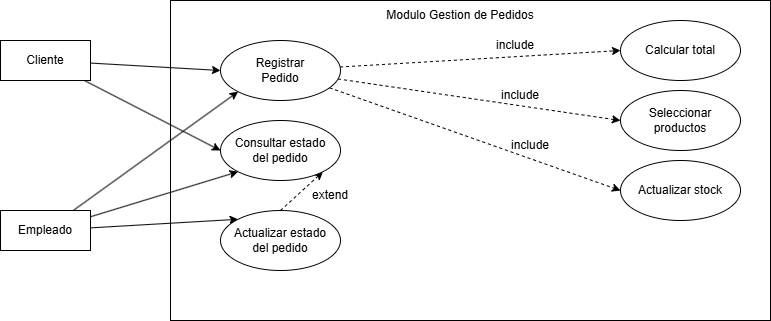
The draw.io diagram png/Diagrama de caso de uso.drawio.png in MColomba/Analisis-de-Sistemas, before a commit. Source tidied: cells renumbered, new cells last; positions are measured from the earlier drawing's top-left corner, leaving out a move shared by most shapes. Source of this version:
```xml
<mxGraphModel>
  <root>
    <mxCell id="0" />
    <mxCell id="1" parent="0" />
    <mxCell id="2" style="rounded=0;whiteSpace=wrap;html=1;" parent="1" vertex="1">
      <mxGeometry x="170" width="600" height="320" as="geometry" />
    </mxCell>
    <mxCell id="3" style="rounded=0;jettySize=auto;html=1;entryX=0;entryY=0.5;entryDx=0;entryDy=0;strokeColor=light-dark(#000000,#FFD966);" parent="1" edge="1" source="5" target="13">
      <mxGeometry relative="1" as="geometry" />
    </mxCell>
    <mxCell id="4" style="rounded=0;jettySize=auto;html=1;entryX=0;entryY=0.5;entryDx=0;entryDy=0;strokeColor=light-dark(#000000,#FFD966);" parent="1" edge="1" source="5" target="19">
      <mxGeometry relative="1" as="geometry" />
    </mxCell>
    <mxCell id="5" value="Cliente" style="rounded=0;whiteSpace=wrap;html=1;" parent="1" vertex="1">
      <mxGeometry y="40" width="90" height="40" as="geometry" />
    </mxCell>
    <mxCell id="6" style="rounded=0;jettySize=auto;html=1;entryX=0;entryY=0;entryDx=0;entryDy=0;strokeColor=light-dark(#000000,#A680B8);" parent="1" edge="1" source="9" target="15">
      <mxGeometry relative="1" as="geometry" />
    </mxCell>
    <mxCell id="7" style="rounded=0;jettySize=auto;html=1;entryX=0;entryY=1;entryDx=0;entryDy=0;strokeColor=light-dark(#000000,#A680B8);" parent="1" edge="1" source="9" target="19">
      <mxGeometry relative="1" as="geometry" />
    </mxCell>
    <mxCell id="8" style="rounded=0;jettySize=auto;html=1;entryX=0;entryY=1;entryDx=0;entryDy=0;strokeColor=light-dark(#000000,#A680B8);" parent="1" edge="1" source="9" target="13">
      <mxGeometry relative="1" as="geometry" />
    </mxCell>
    <mxCell id="9" value="Empleado" style="rounded=0;whiteSpace=wrap;html=1;" parent="1" vertex="1">
      <mxGeometry y="210" width="90" height="40" as="geometry" />
    </mxCell>
    <mxCell id="10" style="rounded=0;jettySize=auto;html=1;entryX=0;entryY=0.5;entryDx=0;entryDy=0;dashed=1;" parent="1" edge="1" source="13" target="16">
      <mxGeometry relative="1" as="geometry" />
    </mxCell>
    <mxCell id="11" style="rounded=0;jettySize=auto;html=1;entryX=0;entryY=0.5;entryDx=0;entryDy=0;dashed=1;" parent="1" edge="1" source="13" target="17">
      <mxGeometry relative="1" as="geometry" />
    </mxCell>
    <mxCell id="12" style="rounded=0;jettySize=auto;html=1;entryX=0;entryY=0.5;entryDx=0;entryDy=0;dashed=1;" parent="1" edge="1" source="13" target="18">
      <mxGeometry relative="1" as="geometry" />
    </mxCell>
    <mxCell id="13" value="Registrar&lt;div&gt;Pedido&lt;/div&gt;" style="ellipse;whiteSpace=wrap;html=1;" parent="1" vertex="1">
      <mxGeometry x="220" y="40" width="120" height="60" as="geometry" />
    </mxCell>
    <mxCell id="14" style="rounded=0;jettySize=auto;html=1;exitX=0.5;exitY=0;exitDx=0;exitDy=0;entryX=1;entryY=1;entryDx=0;entryDy=0;dashed=1;" parent="1" edge="1" source="15" target="19">
      <mxGeometry relative="1" as="geometry" />
    </mxCell>
    <mxCell id="15" value="Actualizar estado&lt;div&gt;del pedido&lt;/div&gt;" style="ellipse;whiteSpace=wrap;html=1;" parent="1" vertex="1">
      <mxGeometry x="220" y="210" width="120" height="60" as="geometry" />
    </mxCell>
    <mxCell id="16" value="Calcular total" style="ellipse;whiteSpace=wrap;html=1;" parent="1" vertex="1">
      <mxGeometry x="620" y="20" width="120" height="60" as="geometry" />
    </mxCell>
    <mxCell id="17" value="Seleccionar&lt;div&gt;productos&lt;/div&gt;" style="ellipse;whiteSpace=wrap;html=1;" parent="1" vertex="1">
      <mxGeometry x="620" y="90" width="120" height="60" as="geometry" />
    </mxCell>
    <mxCell id="18" value="Actualizar stock" style="ellipse;whiteSpace=wrap;html=1;" parent="1" vertex="1">
      <mxGeometry x="620" y="160" width="120" height="60" as="geometry" />
    </mxCell>
    <mxCell id="19" value="Consultar estado&lt;div&gt;del pedido&lt;/div&gt;" style="ellipse;whiteSpace=wrap;html=1;" parent="1" vertex="1">
      <mxGeometry x="220" y="120" width="120" height="60" as="geometry" />
    </mxCell>
    <mxCell id="20" value="Modulo Gestion de Pedidos" style="text;html=1;whiteSpace=wrap;strokeColor=none;fillColor=none;align=center;verticalAlign=middle;rounded=0;" parent="1" vertex="1">
      <mxGeometry x="360" width="200" height="30" as="geometry" />
    </mxCell>
    <mxCell id="21" value="extend" style="text;html=1;whiteSpace=wrap;strokeColor=none;fillColor=none;align=center;verticalAlign=middle;rounded=0;" parent="1" vertex="1">
      <mxGeometry x="300" y="180" width="60" height="30" as="geometry" />
    </mxCell>
    <mxCell id="22" value="include" style="text;html=1;whiteSpace=wrap;strokeColor=none;fillColor=none;align=center;verticalAlign=middle;rounded=0;" parent="1" vertex="1">
      <mxGeometry x="500" y="130" width="60" height="30" as="geometry" />
    </mxCell>
    <mxCell id="23" value="include" style="text;html=1;whiteSpace=wrap;strokeColor=none;fillColor=none;align=center;verticalAlign=middle;rounded=0;" parent="1" vertex="1">
      <mxGeometry x="490" y="80" width="60" height="30" as="geometry" />
    </mxCell>
    <mxCell id="24" value="include" style="text;html=1;whiteSpace=wrap;strokeColor=none;fillColor=none;align=center;verticalAlign=middle;rounded=0;" parent="1" vertex="1">
      <mxGeometry x="485" y="30" width="60" height="30" as="geometry" />
    </mxCell>
  </root>
</mxGraphModel>
```
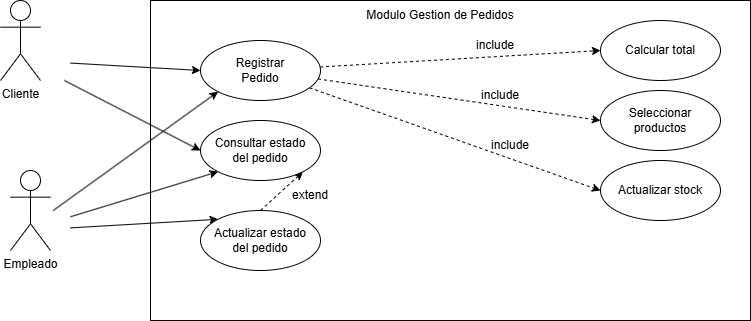
The same diagram one commit later.

What changed in the source:
```diff
@@ -5,27 +5,31 @@
     <mxCell id="2" style="rounded=0;whiteSpace=wrap;html=1;" parent="1" vertex="1">
       <mxGeometry x="170" width="600" height="320" as="geometry" />
     </mxCell>
-    <mxCell id="3" style="rounded=0;jettySize=auto;html=1;entryX=0;entryY=0.5;entryDx=0;entryDy=0;strokeColor=light-dark(#000000,#FFD966);" parent="1" edge="1" source="5" target="13">
-      <mxGeometry relative="1" as="geometry" />
+    <mxCell id="3" style="rounded=0;jettySize=auto;html=1;entryX=0;entryY=0.5;entryDx=0;entryDy=0;strokeColor=light-dark(#000000,#FFD966);" parent="1" edge="1" target="13">
+      <mxGeometry relative="1" as="geometry">
+        <mxPoint x="90" y="62.6" as="sourcePoint" />
+      </mxGeometry>
     </mxCell>
-    <mxCell id="4" style="rounded=0;jettySize=auto;html=1;entryX=0;entryY=0.5;entryDx=0;entryDy=0;strokeColor=light-dark(#000000,#FFD966);" parent="1" edge="1" source="5" target="19">
-      <mxGeometry relative="1" as="geometry" />
+    <mxCell id="4" style="rounded=0;jettySize=auto;html=1;entryX=0;entryY=0.5;entryDx=0;entryDy=0;strokeColor=light-dark(#000000,#FFD966);" parent="1" edge="1" target="19">
+      <mxGeometry relative="1" as="geometry">
+        <mxPoint x="83.9" y="80" as="sourcePoint" />
+      </mxGeometry>
     </mxCell>
-    <mxCell id="5" value="Cliente" style="rounded=0;whiteSpace=wrap;html=1;" parent="1" vertex="1">
-      <mxGeometry y="40" width="90" height="40" as="geometry" />
-    </mxCell>
-    <mxCell id="6" style="rounded=0;jettySize=auto;html=1;entryX=0;entryY=0;entryDx=0;entryDy=0;strokeColor=light-dark(#000000,#A680B8);" parent="1" edge="1" source="9" target="15">
-      <mxGeometry relative="1" as="geometry" />
+    <mxCell id="6" style="rounded=0;jettySize=auto;html=1;entryX=0;entryY=0;entryDx=0;entryDy=0;strokeColor=light-dark(#000000,#A680B8);" parent="1" edge="1" target="15">
+      <mxGeometry relative="1" as="geometry">
+        <mxPoint x="90" y="227.4" as="sourcePoint" />
+      </mxGeometry>
     </mxCell>
-    <mxCell id="7" style="rounded=0;jettySize=auto;html=1;entryX=0;entryY=1;entryDx=0;entryDy=0;strokeColor=light-dark(#000000,#A680B8);" parent="1" edge="1" source="9" target="19">
-      <mxGeometry relative="1" as="geometry" />
+    <mxCell id="7" style="rounded=0;jettySize=auto;html=1;entryX=0;entryY=1;entryDx=0;entryDy=0;strokeColor=light-dark(#000000,#A680B8);" parent="1" edge="1" target="19">
+      <mxGeometry relative="1" as="geometry">
+        <mxPoint x="90" y="216.3" as="sourcePoint" />
+      </mxGeometry>
     </mxCell>
-    <mxCell id="8" style="rounded=0;jettySize=auto;html=1;entryX=0;entryY=1;entryDx=0;entryDy=0;strokeColor=light-dark(#000000,#A680B8);" parent="1" edge="1" source="9" target="13">
-      <mxGeometry relative="1" as="geometry" />
+    <mxCell id="8" style="rounded=0;jettySize=auto;html=1;entryX=0;entryY=1;entryDx=0;entryDy=0;strokeColor=light-dark(#000000,#A680B8);" parent="1" edge="1" target="13">
+      <mxGeometry relative="1" as="geometry">
+        <mxPoint x="72.8" y="210" as="sourcePoint" />
+      </mxGeometry>
     </mxCell>
-    <mxCell id="9" value="Empleado" style="rounded=0;whiteSpace=wrap;html=1;" parent="1" vertex="1">
-      <mxGeometry y="210" width="90" height="40" as="geometry" />
-    </mxCell>
     <mxCell id="10" style="rounded=0;jettySize=auto;html=1;entryX=0;entryY=0.5;entryDx=0;entryDy=0;dashed=1;" parent="1" edge="1" source="13" target="16">
       <mxGeometry relative="1" as="geometry" />
     </mxCell>
@@ -71,5 +75,11 @@
     <mxCell id="24" value="include" style="text;html=1;whiteSpace=wrap;strokeColor=none;fillColor=none;align=center;verticalAlign=middle;rounded=0;" parent="1" vertex="1">
       <mxGeometry x="485" y="30" width="60" height="30" as="geometry" />
     </mxCell>
+    <mxCell id="5" value="Cliente" style="shape=umlActor;verticalLabelPosition=bottom;verticalAlign=top;html=1;outlineConnect=0;" parent="1" vertex="1">
+      <mxGeometry x="20" width="40" height="80" as="geometry" />
+    </mxCell>
+    <mxCell id="9" value="Empleado" style="shape=umlActor;verticalLabelPosition=bottom;verticalAlign=top;html=1;outlineConnect=0;" parent="1" vertex="1">
+      <mxGeometry x="30" y="170" width="40" height="80" as="geometry" />
+    </mxCell>
   </root>
 </mxGraphModel>
```
